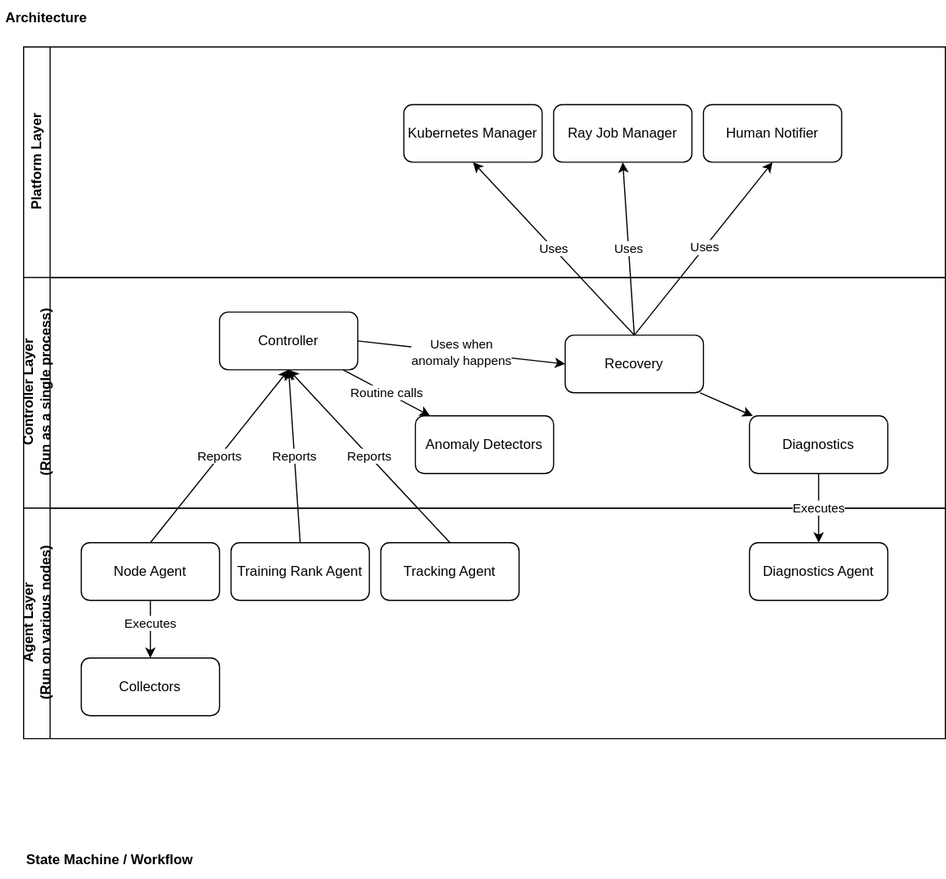
Above: miles/utils/ft/ft_arch.svg in LLM360/miles (draw.io), before the change. Source tidied: cells renumbered, new cells last; positions are measured from the earlier drawing's top-left corner, leaving out a move shared by most shapes. The source it was exported from:
```xml
<mxGraphModel>
  <root>
    <mxCell id="0" />
    <mxCell id="1" parent="0" />
    <mxCell id="2" value="Architecture" style="text;html=1;strokeColor=none;fillColor=none;align=center;verticalAlign=middle;whiteSpace=wrap;rounded=0;fontStyle=1;" parent="1" vertex="1">
      <mxGeometry width="80" height="30" as="geometry" />
    </mxCell>
    <mxCell id="3" value="State Machine / Workflow" style="text;html=1;strokeColor=none;fillColor=none;align=center;verticalAlign=middle;whiteSpace=wrap;rounded=0;fontStyle=1;" parent="1" vertex="1">
      <mxGeometry y="730" width="190" height="30" as="geometry" />
    </mxCell>
    <mxCell id="4" value="Platform Layer" style="swimlane;horizontal=0;whiteSpace=wrap;html=1;" parent="1" vertex="1">
      <mxGeometry x="20" y="40" width="800" height="200" as="geometry" />
    </mxCell>
    <mxCell id="5" value="Human Notifier" style="rounded=1;whiteSpace=wrap;html=1;" parent="4" vertex="1">
      <mxGeometry x="590" y="50" width="120" height="50" as="geometry" />
    </mxCell>
    <mxCell id="6" value="Ray Job Manager" style="rounded=1;whiteSpace=wrap;html=1;" parent="4" vertex="1">
      <mxGeometry x="460" y="50" width="120" height="50" as="geometry" />
    </mxCell>
    <mxCell id="7" value="Kubernetes Manager" style="rounded=1;whiteSpace=wrap;html=1;" parent="4" vertex="1">
      <mxGeometry x="330" y="50" width="120" height="50" as="geometry" />
    </mxCell>
    <mxCell id="8" value="Controller Layer&lt;br&gt;(Run as a single process)" style="swimlane;horizontal=0;whiteSpace=wrap;html=1;" parent="1" vertex="1">
      <mxGeometry x="20" y="240" width="800" height="200" as="geometry" />
    </mxCell>
    <mxCell id="9" value="Routine calls" style="rounded=0;jettySize=auto;html=1;" parent="8" edge="1" source="11" target="13">
      <mxGeometry relative="1" as="geometry" />
    </mxCell>
    <mxCell id="10" value="Uses when&lt;br&gt;anomaly happens" style="rounded=0;jettySize=auto;html=1;exitX=1;exitY=0.5;exitDx=0;exitDy=0;entryX=0;entryY=0.5;entryDx=0;entryDy=0;" parent="8" edge="1" source="11" target="15">
      <mxGeometry relative="1" as="geometry" />
    </mxCell>
    <mxCell id="11" value="Controller" style="rounded=1;whiteSpace=wrap;html=1;" parent="8" vertex="1">
      <mxGeometry x="170" y="30" width="120" height="50" as="geometry" />
    </mxCell>
    <mxCell id="12" value="Diagnostics" style="rounded=1;whiteSpace=wrap;html=1;" parent="8" vertex="1">
      <mxGeometry x="630" y="120" width="120" height="50" as="geometry" />
    </mxCell>
    <mxCell id="13" value="Anomaly Detectors" style="rounded=1;whiteSpace=wrap;html=1;" parent="8" vertex="1">
      <mxGeometry x="340" y="120" width="120" height="50" as="geometry" />
    </mxCell>
    <mxCell id="14" style="rounded=0;jettySize=auto;html=1;" parent="8" edge="1" source="15" target="12">
      <mxGeometry relative="1" as="geometry" />
    </mxCell>
    <mxCell id="15" value="Recovery" style="rounded=1;whiteSpace=wrap;html=1;" parent="8" vertex="1">
      <mxGeometry x="470" y="50" width="120" height="50" as="geometry" />
    </mxCell>
    <mxCell id="16" value="Agent Layer&lt;br&gt;(Run on various nodes)" style="swimlane;horizontal=0;whiteSpace=wrap;html=1;" parent="1" vertex="1">
      <mxGeometry x="20" y="440" width="800" height="200" as="geometry" />
    </mxCell>
    <mxCell id="17" style="edgeStyle=orthogonalEdgeStyle;rounded=0;jettySize=auto;html=1;exitX=0.5;exitY=1;exitDx=0;exitDy=0;entryX=0.5;entryY=0;entryDx=0;entryDy=0;" parent="16" edge="1" source="19" target="22">
      <mxGeometry relative="1" as="geometry" />
    </mxCell>
    <mxCell id="18" value="Executes" style="edgeLabel;html=1;align=center;verticalAlign=middle;" parent="17" vertex="1">
      <mxGeometry x="-0.2" relative="1" as="geometry" />
    </mxCell>
    <mxCell id="19" value="Node Agent" style="rounded=1;whiteSpace=wrap;html=1;" parent="16" vertex="1">
      <mxGeometry x="50" y="30" width="120" height="50" as="geometry" />
    </mxCell>
    <mxCell id="20" value="Training Rank Agent" style="rounded=1;whiteSpace=wrap;html=1;" parent="16" vertex="1">
      <mxGeometry x="180" y="30" width="120" height="50" as="geometry" />
    </mxCell>
    <mxCell id="21" value="Tracking Agent" style="rounded=1;whiteSpace=wrap;html=1;" parent="16" vertex="1">
      <mxGeometry x="310" y="30" width="120" height="50" as="geometry" />
    </mxCell>
    <mxCell id="22" value="Collectors" style="rounded=1;whiteSpace=wrap;html=1;" parent="16" vertex="1">
      <mxGeometry x="50" y="130" width="120" height="50" as="geometry" />
    </mxCell>
    <mxCell id="23" value="Diagnostics Agent" style="rounded=1;whiteSpace=wrap;html=1;" parent="16" vertex="1">
      <mxGeometry x="630" y="30" width="120" height="50" as="geometry" />
    </mxCell>
    <mxCell id="24" value="Reports" style="rounded=0;jettySize=auto;html=1;exitX=0.5;exitY=0;exitDx=0;exitDy=0;entryX=0.5;entryY=1;entryDx=0;entryDy=0;" parent="1" edge="1" source="19" target="11">
      <mxGeometry relative="1" as="geometry" />
    </mxCell>
    <mxCell id="25" value="Reports" style="rounded=0;jettySize=auto;html=1;exitX=0.5;exitY=0;exitDx=0;exitDy=0;entryX=0.5;entryY=1;entryDx=0;entryDy=0;" parent="1" edge="1" source="20" target="11">
      <mxGeometry relative="1" as="geometry" />
    </mxCell>
    <mxCell id="26" value="Reports" style="rounded=0;jettySize=auto;html=1;exitX=0.5;exitY=0;exitDx=0;exitDy=0;entryX=0.5;entryY=1;entryDx=0;entryDy=0;" parent="1" edge="1" source="21" target="11">
      <mxGeometry relative="1" as="geometry" />
    </mxCell>
    <mxCell id="27" value="Executes" style="edgeStyle=orthogonalEdgeStyle;rounded=0;jettySize=auto;html=1;exitX=0.5;exitY=1;exitDx=0;exitDy=0;entryX=0.5;entryY=0;entryDx=0;entryDy=0;" parent="1" edge="1" source="12" target="23">
      <mxGeometry relative="1" as="geometry" />
    </mxCell>
    <mxCell id="28" value="Uses" style="rounded=0;jettySize=auto;html=1;exitX=0.5;exitY=0;exitDx=0;exitDy=0;entryX=0.5;entryY=1;entryDx=0;entryDy=0;" parent="1" edge="1" source="15" target="6">
      <mxGeometry relative="1" as="geometry" />
    </mxCell>
    <mxCell id="29" style="rounded=0;jettySize=auto;html=1;exitX=0.5;exitY=0;exitDx=0;exitDy=0;entryX=0.5;entryY=1;entryDx=0;entryDy=0;" parent="1" edge="1" source="15" target="5">
      <mxGeometry relative="1" as="geometry" />
    </mxCell>
    <mxCell id="30" value="Uses" style="edgeLabel;html=1;align=center;verticalAlign=middle;" parent="29" vertex="1">
      <mxGeometry x="0.01" relative="1" as="geometry" />
    </mxCell>
    <mxCell id="31" value="Uses" style="rounded=0;jettySize=auto;html=1;exitX=0.5;exitY=0;exitDx=0;exitDy=0;entryX=0.5;entryY=1;entryDx=0;entryDy=0;" parent="1" edge="1" source="15" target="7">
      <mxGeometry relative="1" as="geometry" />
    </mxCell>
  </root>
</mxGraphModel>
```
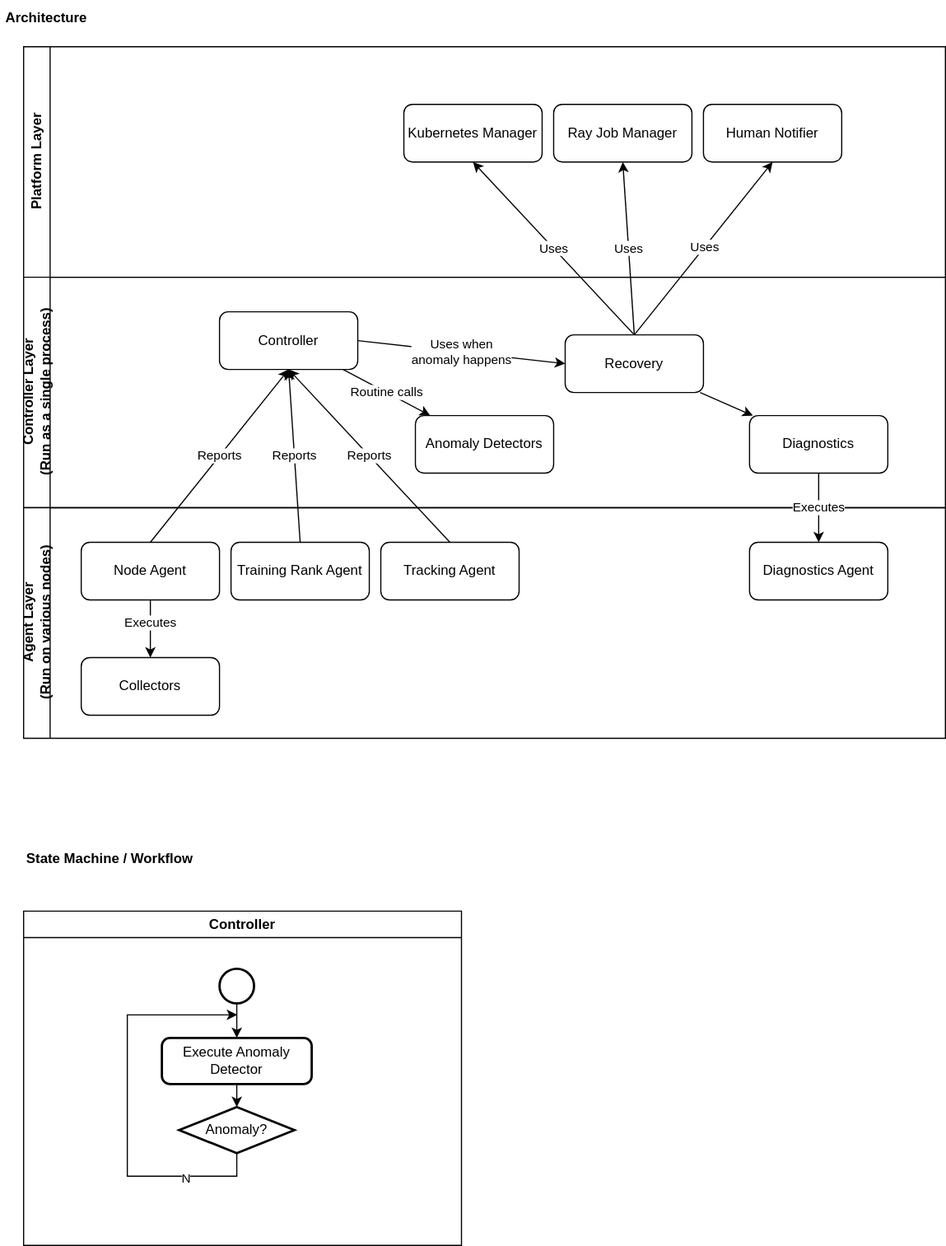
Later version of the same file.

Change to the diagram source:
```diff
@@ -92,5 +92,36 @@
     <mxCell id="31" value="Uses" style="rounded=0;jettySize=auto;html=1;exitX=0.5;exitY=0;exitDx=0;exitDy=0;entryX=0.5;entryY=1;entryDx=0;entryDy=0;" parent="1" edge="1" source="15" target="7">
       <mxGeometry relative="1" as="geometry" />
     </mxCell>
+    <mxCell id="32" value="Controller" style="swimlane;whiteSpace=wrap;html=1;" parent="1" vertex="1">
+      <mxGeometry x="20" y="790" width="380" height="290" as="geometry" />
+    </mxCell>
+    <mxCell id="33" style="strokeWidth=2;html=1;shape=mxgraph.flowchart.start_2;whiteSpace=wrap;" parent="32" vertex="1">
+      <mxGeometry x="170" y="50" width="30" height="30" as="geometry" />
+    </mxCell>
+    <mxCell id="34" style="edgeStyle=orthogonalEdgeStyle;rounded=0;jettySize=auto;html=1;exitX=0.5;exitY=1;exitDx=0;exitDy=0;exitPerimeter=0;" parent="32" edge="1" source="36">
+      <mxGeometry relative="1" as="geometry">
+        <mxPoint x="185.3" y="90" as="targetPoint" />
+        <Array as="points">
+          <mxPoint x="185" y="230" />
+          <mxPoint x="90" y="230" />
+          <mxPoint x="90" y="90" />
+        </Array>
+      </mxGeometry>
+    </mxCell>
+    <mxCell id="35" value="N" style="edgeLabel;html=1;align=center;verticalAlign=middle;" parent="34" vertex="1">
+      <mxGeometry x="-0.64" y="2" relative="1" as="geometry" />
+    </mxCell>
+    <mxCell id="36" value="Anomaly?" style="strokeWidth=2;html=1;shape=mxgraph.flowchart.decision;whiteSpace=wrap;" parent="32" vertex="1">
+      <mxGeometry x="135" y="170" width="100" height="40" as="geometry" />
+    </mxCell>
+    <mxCell id="37" style="edgeStyle=orthogonalEdgeStyle;rounded=0;jettySize=auto;html=1;exitX=0.5;exitY=1;exitDx=0;exitDy=0;entryX=0.5;entryY=0;entryDx=0;entryDy=0;entryPerimeter=0;" parent="32" edge="1" source="38" target="36">
+      <mxGeometry relative="1" as="geometry" />
+    </mxCell>
+    <mxCell id="38" value="Execute Anomaly Detector" style="rounded=1;whiteSpace=wrap;html=1;absoluteArcSize=1;arcSize=14;strokeWidth=2;" parent="32" vertex="1">
+      <mxGeometry x="120" y="110" width="130" height="40" as="geometry" />
+    </mxCell>
+    <mxCell id="39" style="edgeStyle=orthogonalEdgeStyle;rounded=0;jettySize=auto;html=1;exitX=0.5;exitY=1;exitDx=0;exitDy=0;exitPerimeter=0;entryX=0.5;entryY=0;entryDx=0;entryDy=0;" parent="32" edge="1" source="33" target="38">
+      <mxGeometry relative="1" as="geometry" />
+    </mxCell>
   </root>
 </mxGraphModel>
```
